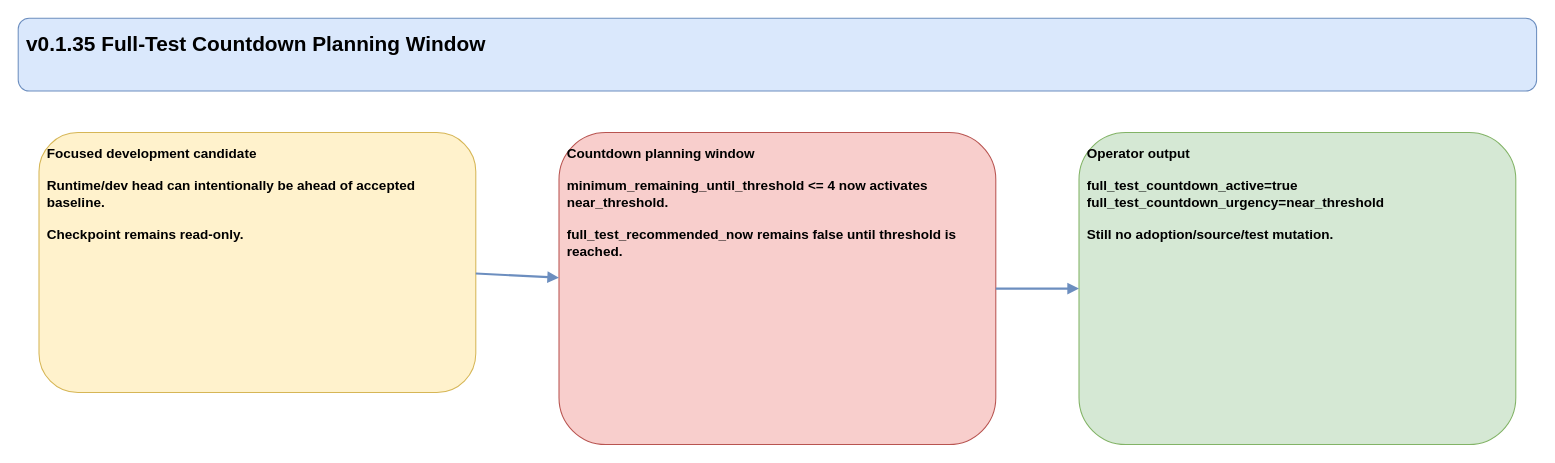
spikkie/promptbranch keeps this draw.io diagram as page "Full Test Countdown Planning" (9 of 9) of docs/design/promptbranch-mvp-living-design.drawio. Above is the earlier version. Source tidied: cells renumbered, new cells numbered last; positions are measured from the earlier drawing's top-left corner, leaving out a move shared by most shapes. Both pictures are drawn from the tidied source at 104%, with x=0, y=0 at pixel (18, 18).
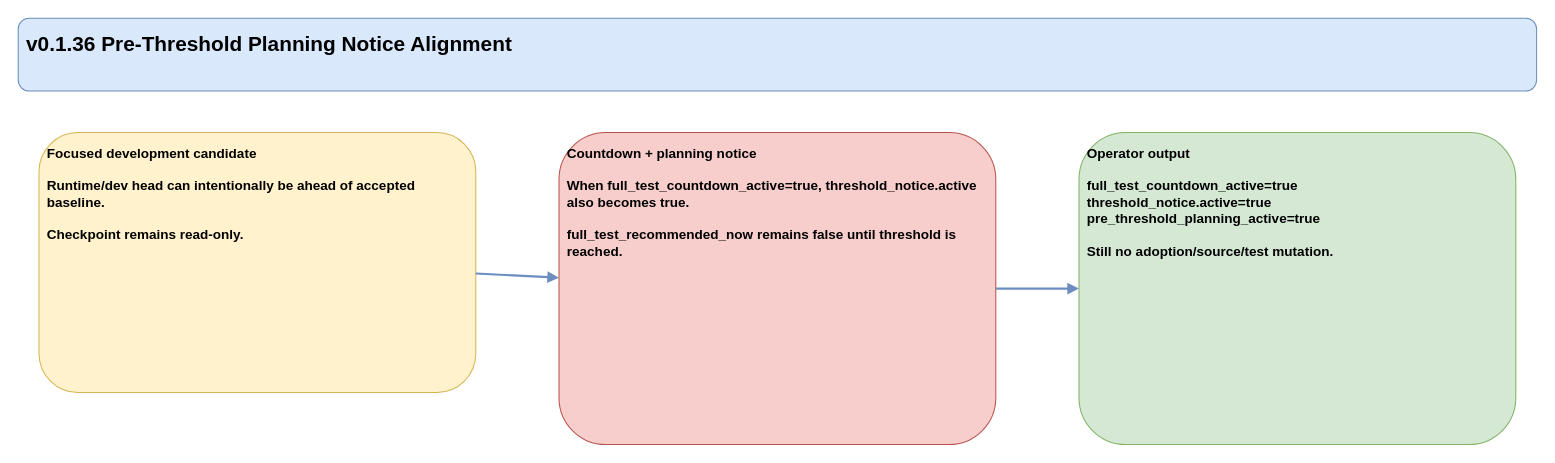
After the change.

Diff of the diagram source:
```diff
@@
 <mxGraphModel>
   <root>
     <mxCell id="0" />
     <mxCell id="1" parent="0" />
-    <mxCell id="2" value="v0.1.35 Full-Test Countdown Planning Window" style="rounded=1;whiteSpace=wrap;html=1;fillColor=#dae8fc;strokeColor=#6c8ebf;fontSize=20;align=left;verticalAlign=top;spacing=8;fontStyle=1;" parent="1" vertex="1">
+    <mxCell id="2" value="v0.1.36 Pre-Threshold Planning Notice Alignment" style="rounded=1;whiteSpace=wrap;html=1;fillColor=#dae8fc;strokeColor=#6c8ebf;fontSize=20;align=left;verticalAlign=top;spacing=8;fontStyle=1;" parent="1" vertex="1">
       <mxGeometry width="1460" height="70" as="geometry" />
     </mxCell>
     <mxCell id="3" value="Focused development candidate&#10;&#10;Runtime/dev head can intentionally be ahead of accepted baseline.&#10;&#10;Checkpoint remains read-only." style="rounded=1;whiteSpace=wrap;html=1;fillColor=#fff2cc;strokeColor=#d6b656;fontSize=13;align=left;verticalAlign=top;spacing=8;fontStyle=1;" parent="1" vertex="1">
       <mxGeometry x="20" y="110" width="420" height="250" as="geometry" />
     </mxCell>
-    <mxCell id="4" value="Countdown planning window&#10;&#10;minimum_remaining_until_threshold &lt;= 4 now activates near_threshold.&#10;&#10;full_test_recommended_now remains false until threshold is reached." style="rounded=1;whiteSpace=wrap;html=1;fillColor=#f8cecc;strokeColor=#b85450;fontSize=13;align=left;verticalAlign=top;spacing=8;fontStyle=1;" parent="1" vertex="1">
+    <mxCell id="4" value="Countdown + planning notice&#10;&#10;When full_test_countdown_active=true, threshold_notice.active also becomes true.&#10;&#10;full_test_recommended_now remains false until threshold is reached." style="rounded=1;whiteSpace=wrap;html=1;fillColor=#f8cecc;strokeColor=#b85450;fontSize=13;align=left;verticalAlign=top;spacing=8;fontStyle=1;" parent="1" vertex="1">
       <mxGeometry x="520" y="110" width="420" height="300" as="geometry" />
     </mxCell>
-    <mxCell id="5" value="Operator output&#10;&#10;full_test_countdown_active=true&#10;full_test_countdown_urgency=near_threshold&#10;&#10;Still no adoption/source/test mutation." style="rounded=1;whiteSpace=wrap;html=1;fillColor=#d5e8d4;strokeColor=#82b366;fontSize=13;align=left;verticalAlign=top;spacing=8;fontStyle=1;" parent="1" vertex="1">
+    <mxCell id="5" value="Operator output&#10;&#10;full_test_countdown_active=true&#10;threshold_notice.active=true&#10;pre_threshold_planning_active=true&#10;&#10;Still no adoption/source/test mutation." style="rounded=1;whiteSpace=wrap;html=1;fillColor=#d5e8d4;strokeColor=#82b366;fontSize=13;align=left;verticalAlign=top;spacing=8;fontStyle=1;" parent="1" vertex="1">
       <mxGeometry x="1020" y="110" width="420" height="300" as="geometry" />
     </mxCell>
     <mxCell id="6" style="endArrow=block;html=1;rounded=0;strokeWidth=2;strokeColor=#6c8ebf;" parent="1" edge="1" source="3" target="4">
       <mxGeometry relative="1" as="geometry" />
     </mxCell>
     <mxCell id="7" style="endArrow=block;html=1;rounded=0;strokeWidth=2;strokeColor=#6c8ebf;" parent="1" edge="1" source="4" target="5">
       <mxGeometry relative="1" as="geometry" />
     </mxCell>
   </root>
 </mxGraphModel>
```
